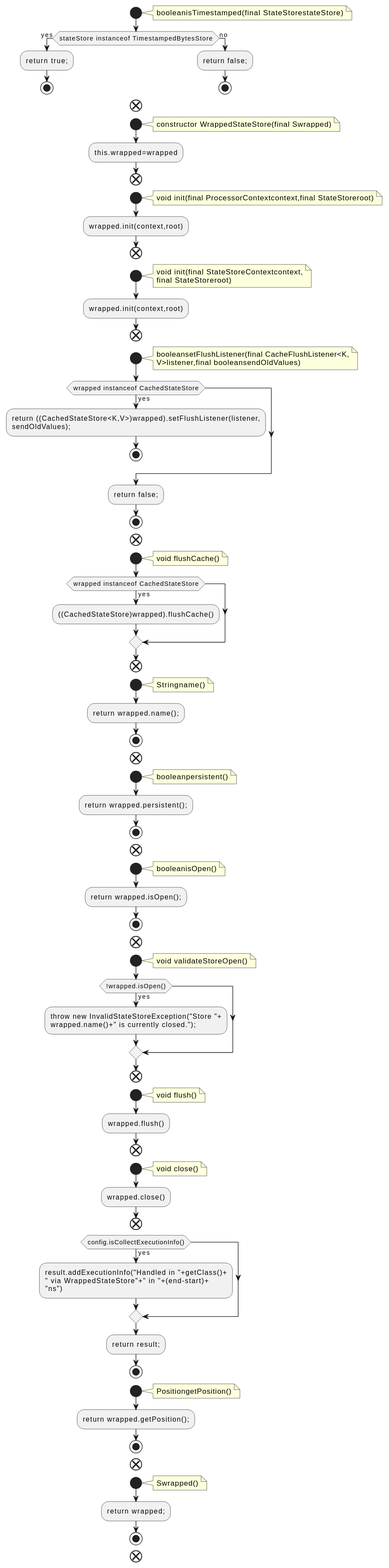
Earlier version of the PlantUML export docs/qc/streams/src/main/java/org/apache/kafka/streams/state/internals/WrappedStateStore.java.fct.svg (qualitesys/kafka).
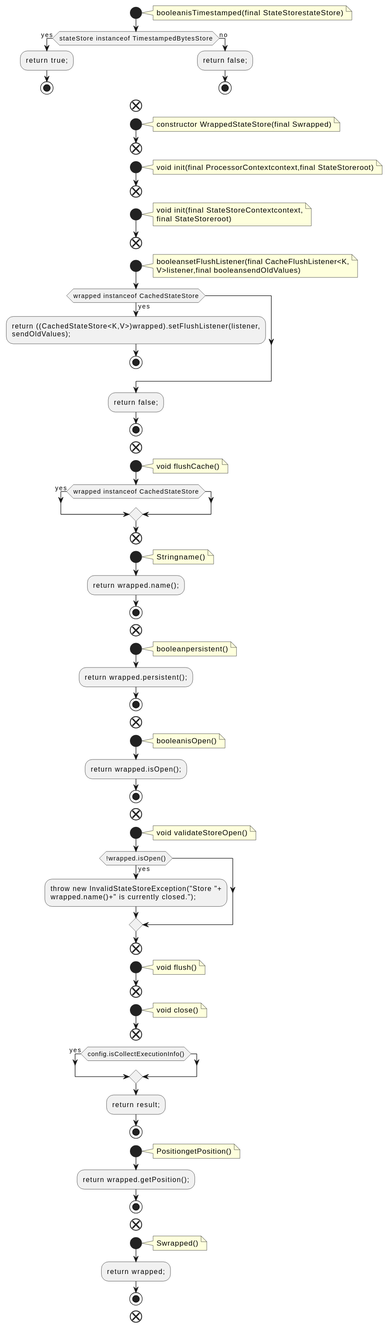
The same diagram one commit later.

What changed in the source:
```diff
@@ -16,20 +16,17 @@
 note right
 constructor WrappedStateStore(final Swrapped)
 end note
-:this.wrapped=wrapped;
 end
 start
 note right
 void init(final ProcessorContextcontext,final StateStoreroot)
 end note
-:wrapped.init(context,root);
 end
 start
 note right
 void init(final StateStoreContextcontext,
 final StateStoreroot)
 end note
-:wrapped.init(context,root);
 end
 start
 note right
@@ -49,7 +46,6 @@
 void flushCache()
 end note
 if (wrapped instanceof CachedStateStore) then (yes)
-:((CachedStateStore)wrapped).flushCache();
 endif
 end
 start
@@ -86,18 +82,13 @@
 note right
 void flush()
 end note
-:wrapped.flush();
 end
 start
 note right
 void close()
 end note
-:wrapped.close();
 end
 if (config.isCollectExecutionInfo()) then (yes)
-:result.addExecutionInfo("Handled in "+getClass()+
-" via WrappedStateStore"+" in "+(end-start)+
-"ns");
 endif
 :return result;;
 stop
```
